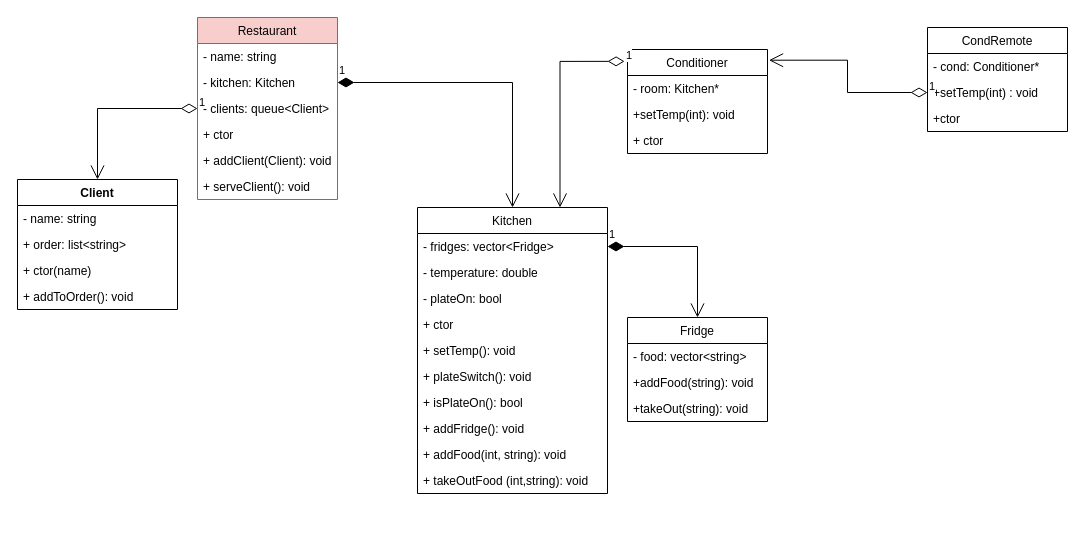
Before: folder/Restaurant.drawio in bondarenkoigor/UML, a draw.io diagram. Source tidied: cells renumbered, new cells numbered last; positions are measured from the earlier drawing's top-left corner, leaving out a move shared by most shapes. Both pictures are drawn from the tidied source at 100%, with x=0, y=0 at pixel (17, 17).
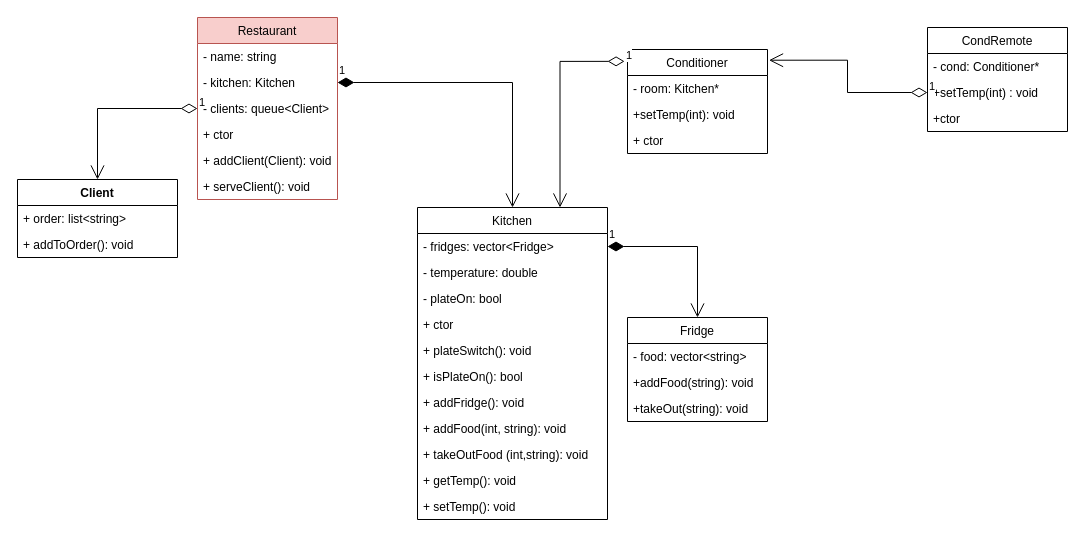
Above is the later version.

Diff of the diagram source:
```diff
@@
     <mxCell id="13" value="Kitchen" style="swimlane;fontStyle=0;horizontal=1;startSize=26;fillColor=none;" parent="1" vertex="1">
-      <mxGeometry x="400" y="190" width="190" height="286" as="geometry" />
+      <mxGeometry x="400" y="190" width="190" height="312" as="geometry" />
     </mxCell>
@@
-    <mxCell id="18" value="+ setTemp(): void" style="text;strokeColor=none;fillColor=none;align=left;verticalAlign=top;spacingLeft=4;spacingRight=4;overflow=hidden;" parent="13" vertex="1">
-      <mxGeometry y="130" width="190" height="26" as="geometry" />
-    </mxCell>
     <mxCell id="19" value="+ plateSwitch(): void" style="text;strokeColor=none;fillColor=none;align=left;verticalAlign=top;spacingLeft=4;spacingRight=4;overflow=hidden;" parent="13" vertex="1">
-      <mxGeometry y="156" width="190" height="26" as="geometry" />
+      <mxGeometry y="130" width="190" height="26" as="geometry" />
     </mxCell>
     <mxCell id="20" value="+ isPlateOn(): bool" style="text;strokeColor=none;fillColor=none;align=left;verticalAlign=top;spacingLeft=4;spacingRight=4;overflow=hidden;" parent="13" vertex="1">
-      <mxGeometry y="182" width="190" height="26" as="geometry" />
+      <mxGeometry y="156" width="190" height="26" as="geometry" />
     </mxCell>
     <mxCell id="21" value="+ addFridge(): void" style="text;strokeColor=none;fillColor=none;align=left;verticalAlign=top;spacingLeft=4;spacingRight=4;overflow=hidden;" parent="13" vertex="1">
-      <mxGeometry y="208" width="190" height="26" as="geometry" />
+      <mxGeometry y="182" width="190" height="26" as="geometry" />
     </mxCell>
     <mxCell id="22" value="+ addFood(int, string): void" style="text;strokeColor=none;fillColor=none;align=left;verticalAlign=top;spacingLeft=4;spacingRight=4;overflow=hidden;" parent="13" vertex="1">
-      <mxGeometry y="234" width="190" height="26" as="geometry" />
+      <mxGeometry y="208" width="190" height="26" as="geometry" />
     </mxCell>
     <mxCell id="23" value="+ takeOutFood (int,string): void" style="text;strokeColor=none;fillColor=none;align=left;verticalAlign=top;spacingLeft=4;spacingRight=4;overflow=hidden;" parent="13" vertex="1">
-      <mxGeometry y="260" width="190" height="26" as="geometry" />
+      <mxGeometry y="234" width="190" height="26" as="geometry" />
     </mxCell>
+    <mxCell id="42" value="+ getTemp(): void" style="text;strokeColor=none;fillColor=none;align=left;verticalAlign=top;spacingLeft=4;spacingRight=4;overflow=hidden;" parent="13" vertex="1">
+      <mxGeometry y="260" width="190" height="26" as="geometry" />
+    </mxCell>
+    <mxCell id="18" value="+ setTemp(): void" style="text;strokeColor=none;fillColor=none;align=left;verticalAlign=top;spacingLeft=4;spacingRight=4;overflow=hidden;" parent="13" vertex="1">
+      <mxGeometry y="286" width="190" height="26" as="geometry" />
+    </mxCell>
@@
     <mxCell id="37" value="Client&#10;&#10;" style="swimlane;fontStyle=1;align=center;verticalAlign=top;horizontal=1;startSize=26;" parent="1" vertex="1">
-      <mxGeometry y="162" width="160" height="130" as="geometry" />
+      <mxGeometry y="162" width="160" height="78" as="geometry" />
     </mxCell>
-    <mxCell id="38" value="- name: string" style="text;strokeColor=none;fillColor=none;align=left;verticalAlign=top;spacingLeft=4;spacingRight=4;overflow=hidden;" parent="37" vertex="1">
-      <mxGeometry y="26" width="160" height="26" as="geometry" />
-    </mxCell>
     <mxCell id="39" value="+ order: list&lt;string&gt;" style="text;strokeColor=none;fillColor=none;align=left;verticalAlign=top;spacingLeft=4;spacingRight=4;overflow=hidden;" parent="37" vertex="1">
-      <mxGeometry y="52" width="160" height="26" as="geometry" />
+      <mxGeometry y="26" width="160" height="26" as="geometry" />
     </mxCell>
-    <mxCell id="40" value="+ ctor(name)" style="text;strokeColor=none;fillColor=none;align=left;verticalAlign=top;spacingLeft=4;spacingRight=4;overflow=hidden;" parent="37" vertex="1">
-      <mxGeometry y="78" width="160" height="26" as="geometry" />
-    </mxCell>
     <mxCell id="41" value="+ addToOrder(): void" style="text;strokeColor=none;fillColor=none;align=left;verticalAlign=top;spacingLeft=4;spacingRight=4;overflow=hidden;" parent="37" vertex="1">
-      <mxGeometry y="104" width="160" height="26" as="geometry" />
+      <mxGeometry y="52" width="160" height="26" as="geometry" />
     </mxCell>
```
